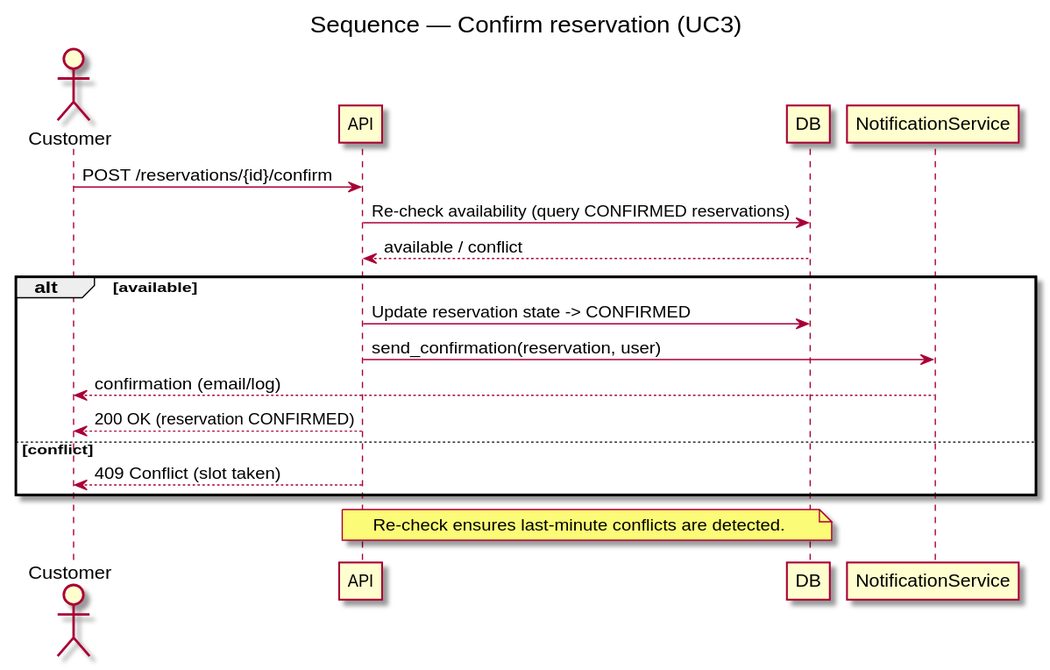
Before: docs/diagrams/sequence_confirm_reservation.svg, a diagram exported from PlantUML (DavidMagyarics/CarRentalVSB).
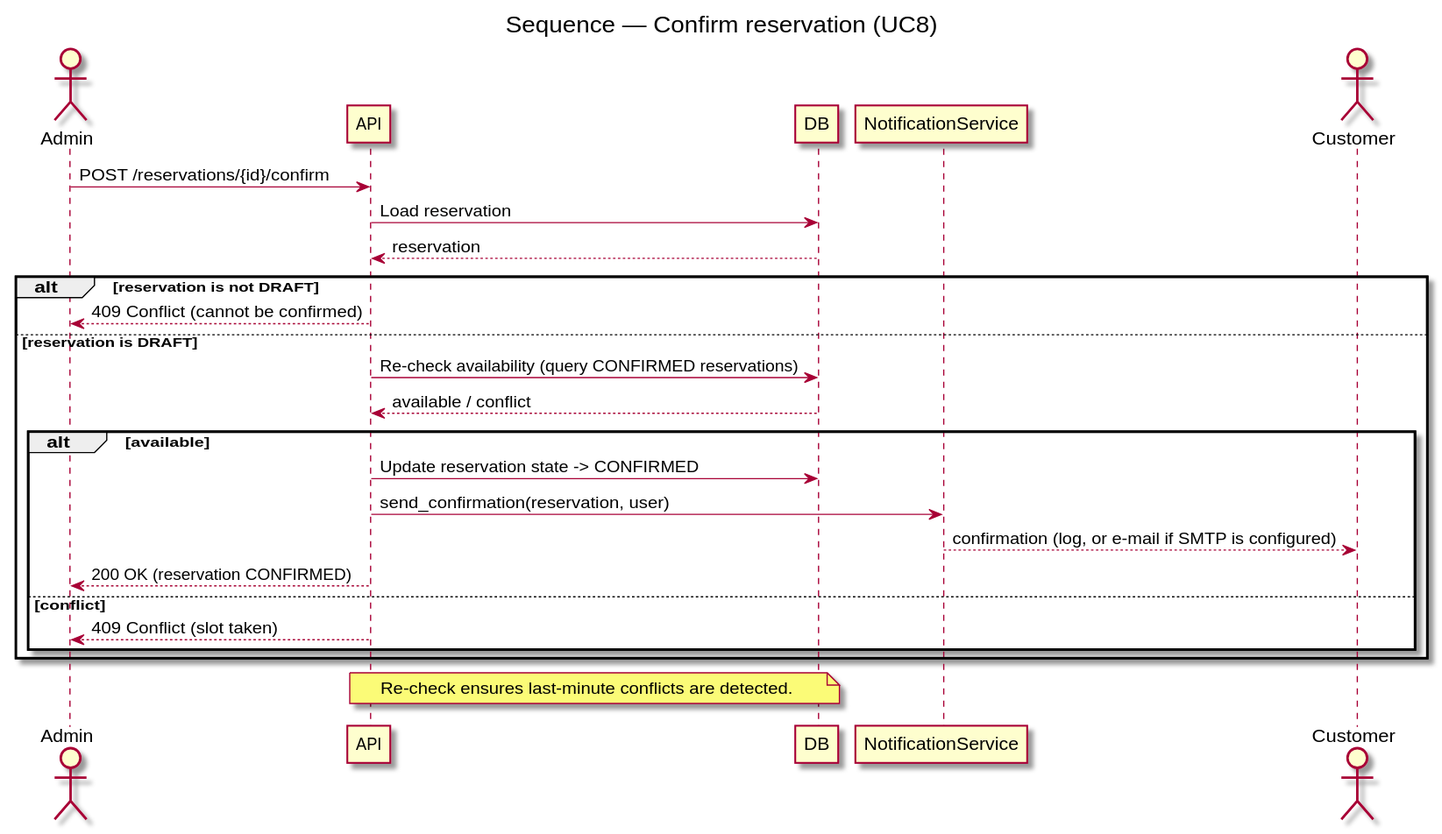
The same diagram one commit later.

Commit message:
chore: re-render PlantUML diagrams [skip ci]

What changed in the source:
```diff
@@ -1,22 +1,30 @@
 @startuml sequence_confirm_reservation
-title Sequence — Confirm reservation (UC3)
+title Sequence — Confirm reservation (UC8)
 
-actor Customer
+actor Admin
 participant API
 participant DB
 participant NotificationService
+actor Customer
 
-Customer -> API: POST /reservations/{id}/confirm
-API -> DB: Re-check availability (query CONFIRMED reservations)
-DB --> API: available / conflict
+Admin -> API: POST /reservations/{id}/confirm
+API -> DB: Load reservation
+DB --> API: reservation
 
-alt available
-  API -> DB: Update reservation state -> CONFIRMED
-  API -> NotificationService: send_confirmation(reservation, user)
-  NotificationService --> Customer: confirmation (email/log)
-  API --> Customer: 200 OK (reservation CONFIRMED)
-else conflict
-  API --> Customer: 409 Conflict (slot taken)
+alt reservation is not DRAFT
+  API --> Admin: 409 Conflict (cannot be confirmed)
+else reservation is DRAFT
+  API -> DB: Re-check availability (query CONFIRMED reservations)
+  DB --> API: available / conflict
+
+  alt available
+    API -> DB: Update reservation state -> CONFIRMED
+    API -> NotificationService: send_confirmation(reservation, user)
+    NotificationService --> Customer: confirmation (log, or e-mail if SMTP is configured)
+    API --> Admin: 200 OK (reservation CONFIRMED)
+  else conflict
+    API --> Admin: 409 Conflict (slot taken)
+  end
 end
 
 note over API,DB
```
